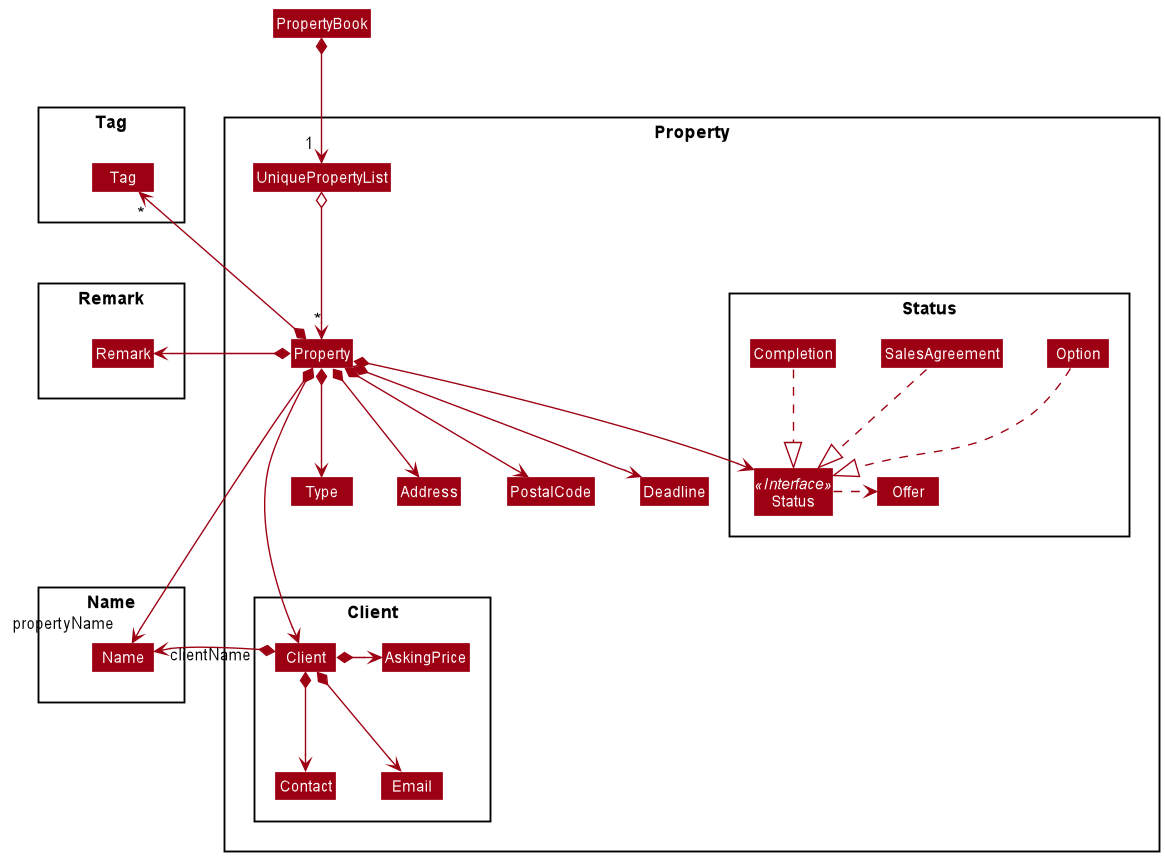
This is docs/images/PropertyClassDiagram.png from nus-cs2103-AY2021S2/tp, a PlantUML export, as it was before one commit.
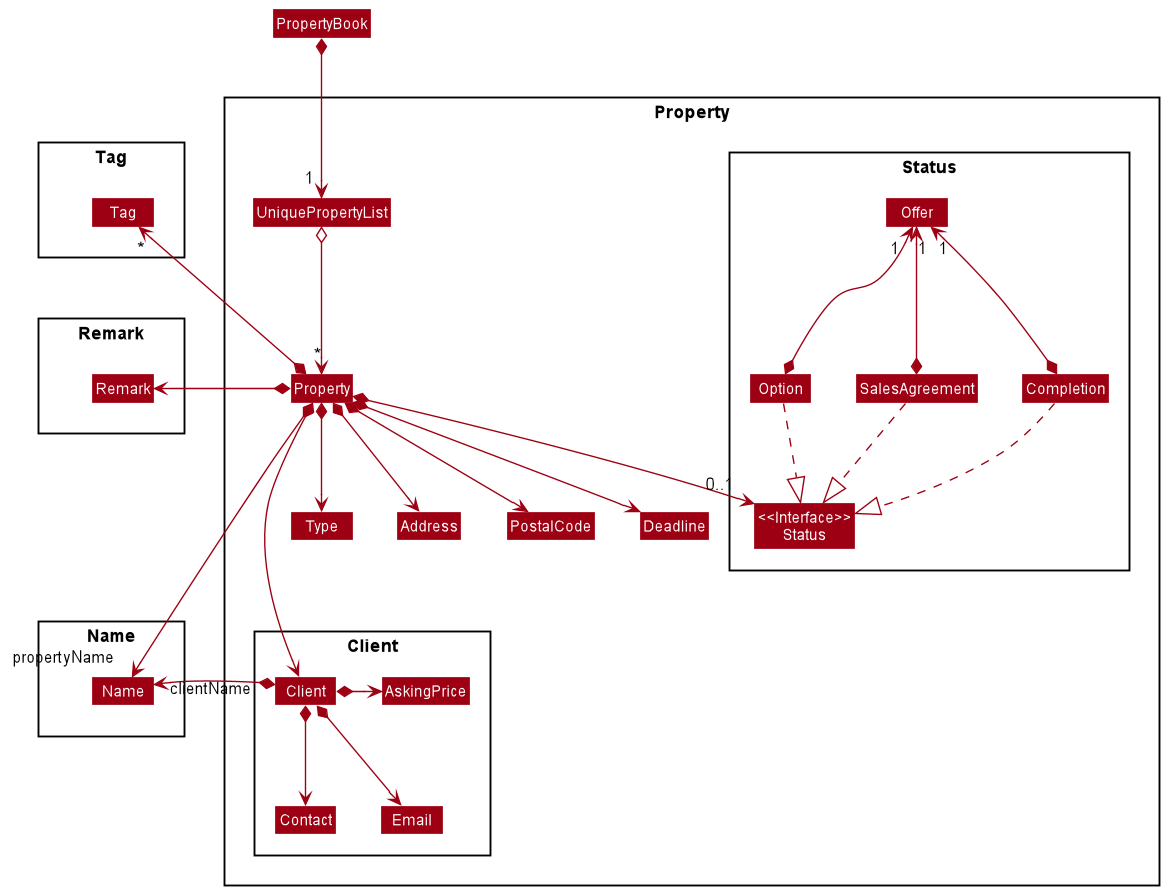
After the commit.

Commit message:
Update PropertyClassDiagram Status component

Diff of the diagram source:
```diff
@@ -20,7 +20,7 @@
 }
 
 Package Status as StatusPackage {
-Interface Status <<Interface>>
+Class "<<Interface>>\nStatus" as Status
 Class Status
 Class Option
 Class SalesAgreement
@@ -51,11 +51,14 @@
 Property *--> PostalCode
 Property *--> Deadline
 
-Property *--> Status
+Property *-right-> "  0..1  " Status
 Option ..|> Status
 SalesAgreement ..|> Status
 Completion ..|> Status
-Status .right.> Offer
+
+Option *-up-> "   1 " Offer
+SalesAgreement *-up-> "1" Offer
+Completion *-up-> "1" Offer
 
 Property *-up-> "*" Tag
 Property *-left-> Remark
```
